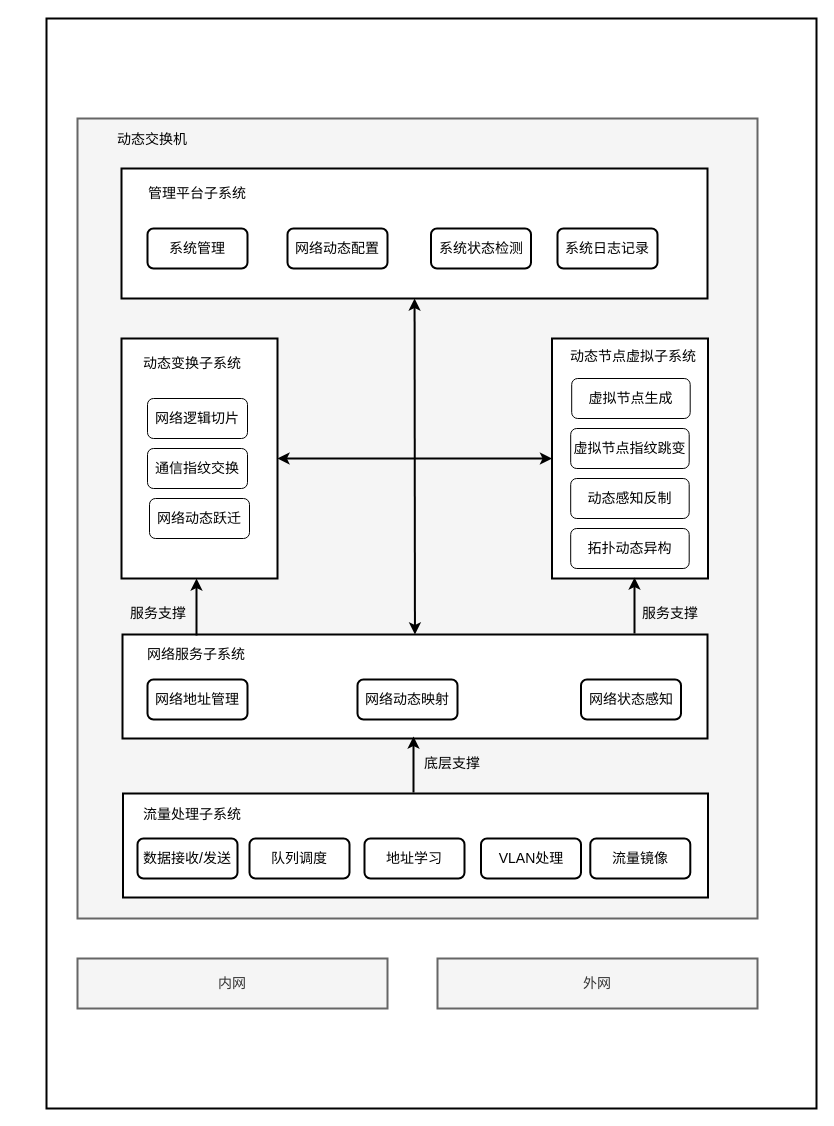
qiuqiu1234/my-test-pro keeps this draw.io diagram as 未命名绘图.drawio. Above is the earlier version. Source tidied: cells renumbered, new cells numbered last; positions are measured from the earlier drawing's top-left corner, leaving out a move shared by most shapes. Both pictures are drawn from the tidied source at 100%, with x=0, y=0 at pixel (46, 18).
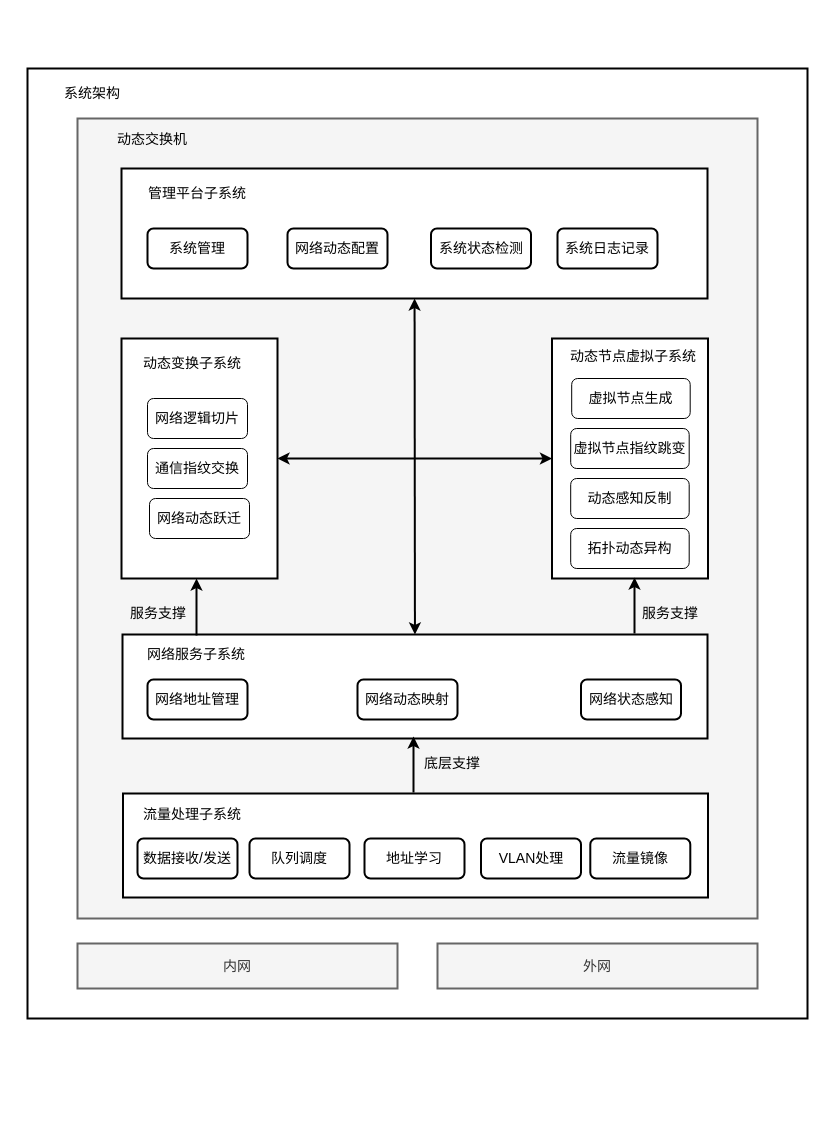
After the change.

Change to the diagram source:
```diff
@@
     <mxCell id="2" style="rounded=0;whiteSpace=wrap;html=1;strokeWidth=2;" parent="1" vertex="1">
-      <mxGeometry width="770" height="1090" as="geometry" />
+      <mxGeometry x="-19" y="50" width="780" height="950" as="geometry" />
     </mxCell>
@@
     <mxCell id="42" value="&lt;font style=&quot;font-size: 14px;&quot;&gt;内网&lt;/font&gt;" style="rounded=0;whiteSpace=wrap;html=1;strokeWidth=2;fontSize=12;fillColor=#f5f5f5;fontColor=#333333;strokeColor=#666666;" parent="1" vertex="1">
-      <mxGeometry x="31" y="940" width="310" height="50" as="geometry" />
+      <mxGeometry x="31" y="925" width="320" height="45" as="geometry" />
     </mxCell>
     <mxCell id="43" value="&lt;font style=&quot;font-size: 14px;&quot;&gt;外网&lt;/font&gt;" style="rounded=0;whiteSpace=wrap;html=1;strokeWidth=2;fontSize=12;fillColor=#f5f5f5;fontColor=#333333;strokeColor=#666666;" parent="1" vertex="1">
-      <mxGeometry x="391" y="940" width="320" height="50" as="geometry" />
+      <mxGeometry x="391" y="925" width="320" height="45" as="geometry" />
     </mxCell>
+    <mxCell id="44" value="系统架构" style="text;html=1;strokeColor=none;fillColor=none;align=center;verticalAlign=middle;whiteSpace=wrap;rounded=0;fontSize=14;" parent="1" vertex="1">
+      <mxGeometry x="-29" y="60" width="150" height="30" as="geometry" />
+    </mxCell>
```
